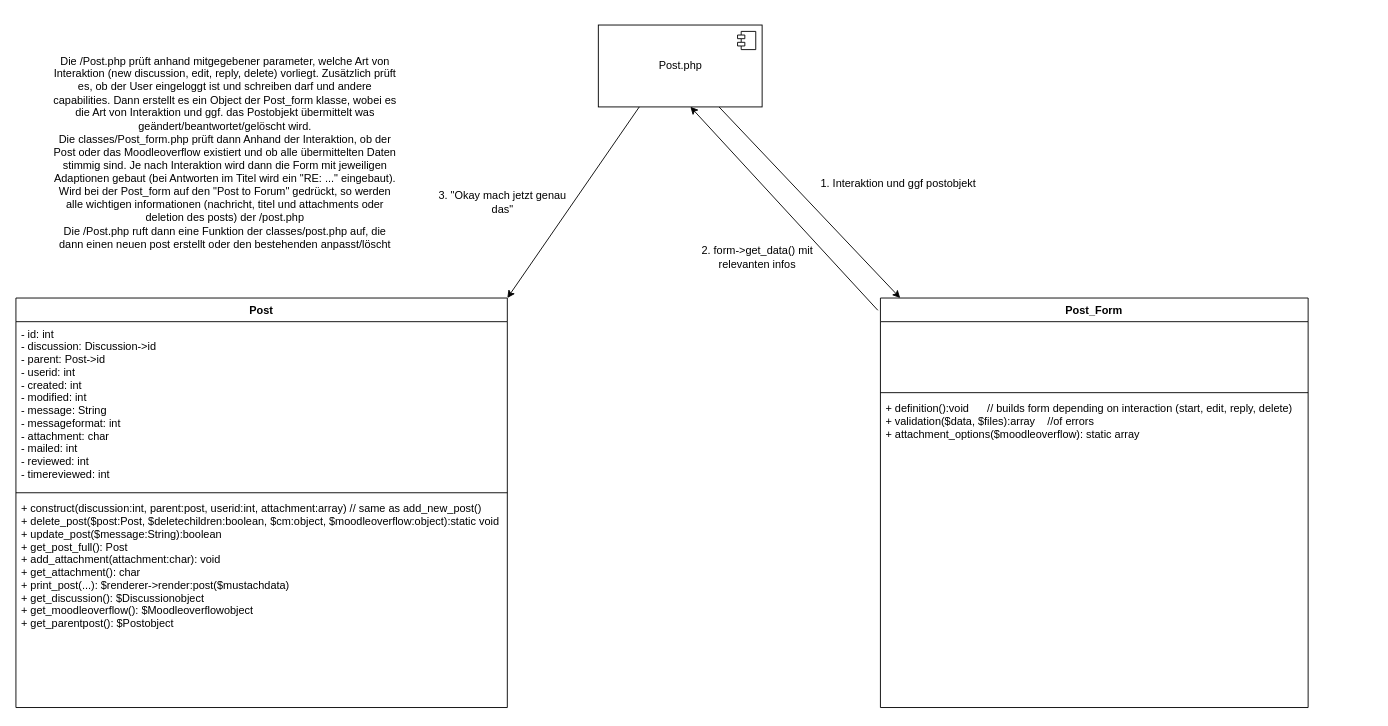
learnweb/moodle-mod_moodleoverflow keeps this draw.io diagram as classes/post.drawio. Above is the earlier version. Source tidied: cells renumbered, new cells numbered last; positions are measured from the earlier drawing's top-left corner, leaving out a move shared by most shapes. Both pictures are drawn from the tidied source at 91%, with x=0, y=0 at pixel (15, 25).
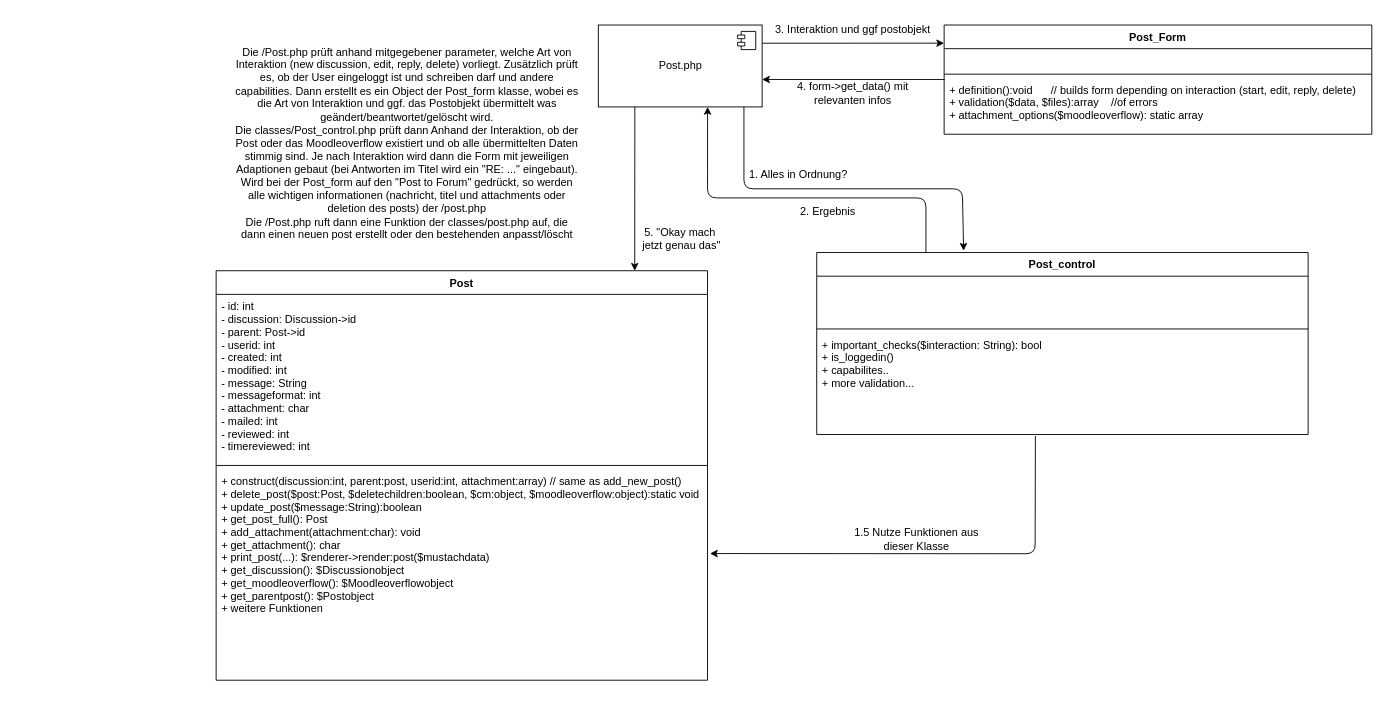
After the change.

Commit message:
WIP: better class diagram

The change refers to these unchanged cells:
```xml
<mxCell id="11" value="Post.php&lt;br&gt;" style="html=1;" parent="1" vertex="1">
  <mxGeometry x="640" width="180" height="90" as="geometry" />
</mxCell>
```

The edit, as a diff of the source:
```diff
@@
     <mxCell id="2" value="Post" style="swimlane;fontStyle=1;align=center;verticalAlign=top;horizontal=1;startSize=26;" parent="1" vertex="1">
-      <mxGeometry y="300" width="540" height="450" as="geometry" />
+      <mxGeometry x="220" y="270" width="540" height="450" as="geometry" />
     </mxCell>
@@
-    <mxCell id="5" value="+ construct(discussion:int, parent:post, userid:int, attachment:array) // same as add_new_post()&#10;+ delete_post($post:Post, $deletechildren:boolean, $cm:object, $moodleoverflow:object):static void&#10;+ update_post($message:String):boolean&#10;+ get_post_full(): Post&#10;+ add_attachment(attachment:char): void&#10;+ get_attachment(): char&#10;+ print_post(...): $renderer-&gt;render:post($mustachdata)&#10;+ get_discussion(): $Discussionobject&#10;+ get_moodleoverflow(): $Moodleoverflowobject&#10;+ get_parentpost(): $Postobject" style="text;strokeColor=none;fillColor=none;align=left;verticalAlign=top;spacingLeft=4;spacingRight=4;overflow=hidden;points=[[0,0.5],[1,0.5]];portConstraint=eastwest;" parent="2" vertex="1">
+    <mxCell id="5" value="+ construct(discussion:int, parent:post, userid:int, attachment:array) // same as add_new_post()&#10;+ delete_post($post:Post, $deletechildren:boolean, $cm:object, $moodleoverflow:object):static void&#10;+ update_post($message:String):boolean&#10;+ get_post_full(): Post&#10;+ add_attachment(attachment:char): void&#10;+ get_attachment(): char&#10;+ print_post(...): $renderer-&gt;render:post($mustachdata)&#10;+ get_discussion(): $Discussionobject&#10;+ get_moodleoverflow(): $Moodleoverflowobject&#10;+ get_parentpost(): $Postobject&#10;+ weitere Funktionen" style="text;strokeColor=none;fillColor=none;align=left;verticalAlign=top;spacingLeft=4;spacingRight=4;overflow=hidden;points=[[0,0.5],[1,0.5]];portConstraint=eastwest;" parent="2" vertex="1">
       <mxGeometry y="218" width="540" height="232" as="geometry" />
     </mxCell>
     <mxCell id="6" value="Post_Form" style="swimlane;fontStyle=1;align=center;verticalAlign=top;horizontal=1;startSize=26;" parent="1" vertex="1">
-      <mxGeometry x="950" y="300" width="470" height="450" as="geometry" />
+      <mxGeometry x="1020" width="470" height="120" as="geometry" />
     </mxCell>
     <mxCell id="7" value=" &#10;" style="text;strokeColor=none;fillColor=none;align=left;verticalAlign=top;spacingLeft=4;spacingRight=4;overflow=hidden;" parent="6" vertex="1">
-      <mxGeometry y="26" width="470" height="74" as="geometry" />
+      <mxGeometry y="26" width="470" height="24" as="geometry" />
     </mxCell>
     <mxCell id="8" style="line;strokeWidth=1;fillColor=none;align=left;verticalAlign=middle;spacingTop=-1;spacingLeft=3;spacingRight=3;labelPosition=right;strokeColor=inherit;" parent="6" vertex="1">
-      <mxGeometry y="100" width="470" height="8" as="geometry" />
+      <mxGeometry y="50" width="470" height="8" as="geometry" />
     </mxCell>
     <mxCell id="9" value="+ definition():void      // builds form depending on interaction (start, edit, reply, delete)&#10;+ validation($data, $files):array    //of errors&#10;+ attachment_options($moodleoverflow): static array" style="text;strokeColor=none;fillColor=none;align=left;verticalAlign=top;spacingLeft=4;spacingRight=4;overflow=hidden;points=[[0,0.5],[1,0.5]];portConstraint=eastwest;" parent="6" vertex="1">
-      <mxGeometry y="108" width="470" height="342" as="geometry" />
+      <mxGeometry y="58" width="470" height="62" as="geometry" />
     </mxCell>
-    <mxCell id="10" style="edgeStyle=none;html=1;" parent="1" edge="1" source="11" target="6">
-      <mxGeometry relative="1" as="geometry" />
+    <mxCell id="10" style="edgeStyle=none;html=1;entryX=0;entryY=0.166;entryDx=0;entryDy=0;entryPerimeter=0;" parent="1" edge="1" target="6">
+      <mxGeometry relative="1" as="geometry">
+        <mxPoint x="820" y="20" as="sourcePoint" />
+      </mxGeometry>
     </mxCell>
@@
-    <mxCell id="13" value="Die /Post.php prüft anhand mitgegebener parameter, welche Art von Interaktion (new discussion, edit, reply, delete) vorliegt. Zusätzlich prüft es, ob der User eingeloggt ist und schreiben darf und andere capabilities. Dann erstellt es ein Object der Post_form klasse, wobei es die Art von Interaktion und ggf. das Postobjekt übermittelt was geändert/beantwortet/gelöscht wird.&lt;br&gt;Die classes/Post_form.php prüft dann Anhand der Interaktion, ob der Post oder das Moodleoverflow existiert und ob alle übermittelten Daten stimmig sind. Je nach Interaktion wird dann die Form mit jeweiligen Adaptionen gebaut (bei Antworten im Titel wird ein &quot;RE: ...&quot; eingebaut).&lt;br&gt;Wird bei der Post_form auf den &quot;Post to Forum&quot; gedrückt, so werden alle wichtigen informationen (nachricht, titel und attachments oder deletion des posts) der /post.php&lt;br&gt;Die /Post.php ruft dann eine Funktion der classes/post.php auf, die dann einen neuen post erstellt oder den bestehenden anpasst/löscht" style="text;html=1;strokeColor=none;fillColor=none;align=center;verticalAlign=middle;whiteSpace=wrap;rounded=0;" parent="1" vertex="1">
-      <mxGeometry x="40" y="30" width="380" height="220" as="geometry" />
+    <mxCell id="13" value="Die /Post.php prüft anhand mitgegebener parameter, welche Art von Interaktion (new discussion, edit, reply, delete) vorliegt. Zusätzlich prüft es, ob der User eingeloggt ist und schreiben darf und andere capabilities. Dann erstellt es ein Object der Post_form klasse, wobei es die Art von Interaktion und ggf. das Postobjekt übermittelt was geändert/beantwortet/gelöscht wird.&lt;br&gt;Die classes/Post_control.php prüft dann Anhand der Interaktion, ob der Post oder das Moodleoverflow existiert und ob alle übermittelten Daten stimmig sind. Je nach Interaktion wird dann die Form mit jeweiligen Adaptionen gebaut (bei Antworten im Titel wird ein &quot;RE: ...&quot; eingebaut).&lt;br&gt;Wird bei der Post_form auf den &quot;Post to Forum&quot; gedrückt, so werden alle wichtigen informationen (nachricht, titel und attachments oder deletion des posts) der /post.php&lt;br&gt;Die /Post.php ruft dann eine Funktion der classes/post.php auf, die dann einen neuen post erstellt oder den bestehenden anpasst/löscht" style="text;html=1;strokeColor=none;fillColor=none;align=center;verticalAlign=middle;whiteSpace=wrap;rounded=0;" parent="1" vertex="1">
+      <mxGeometry x="240" y="20" width="380" height="220" as="geometry" />
     </mxCell>
-    <mxCell id="14" style="endArrow=classic;html=1;exitX=-0.006;exitY=0.03;exitDx=0;exitDy=0;exitPerimeter=0;entryX=0.562;entryY=0.998;entryDx=0;entryDy=0;entryPerimeter=0;" parent="1" edge="1" source="6" target="11">
+    <mxCell id="14" style="endArrow=classic;html=1;exitX=0.001;exitY=0.03;exitDx=0;exitDy=0;exitPerimeter=0;entryX=1;entryY=0.665;entryDx=0;entryDy=0;entryPerimeter=0;" parent="1" edge="1" source="9" target="11">
       <mxGeometry relative="1" as="geometry" />
     </mxCell>
-    <mxCell id="15" style="endArrow=classic;html=1;exitX=0.25;exitY=1;exitDx=0;exitDy=0;entryX=1;entryY=0;entryDx=0;entryDy=0;" parent="1" edge="1" source="11" target="2">
-      <mxGeometry relative="1" as="geometry" />
+    <mxCell id="15" style="endArrow=classic;html=1;exitX=0.223;exitY=0.998;exitDx=0;exitDy=0;exitPerimeter=0;" parent="1" edge="1" source="11">
+      <mxGeometry relative="1" as="geometry">
+        <mxPoint x="680" y="270" as="targetPoint" />
+      </mxGeometry>
     </mxCell>
-    <mxCell id="16" value="1. Interaktion und ggf postobjekt" style="text;html=1;strokeColor=none;fillColor=none;align=center;verticalAlign=middle;whiteSpace=wrap;rounded=0;" parent="1" vertex="1">
-      <mxGeometry x="880" y="160" width="180" height="30" as="geometry" />
+    <mxCell id="16" value="3. Interaktion und ggf postobjekt" style="text;html=1;strokeColor=none;fillColor=none;align=center;verticalAlign=middle;whiteSpace=wrap;rounded=0;" parent="1" vertex="1">
+      <mxGeometry x="830" y="-10" width="180" height="30" as="geometry" />
     </mxCell>
-    <mxCell id="17" value="2. form-&amp;gt;get_data() mit relevanten infos" style="text;html=1;strokeColor=none;fillColor=none;align=center;verticalAlign=middle;whiteSpace=wrap;rounded=0;" parent="1" vertex="1">
-      <mxGeometry x="740" y="240" width="150" height="30" as="geometry" />
+    <mxCell id="17" value="4. form-&amp;gt;get_data() mit relevanten infos" style="text;html=1;strokeColor=none;fillColor=none;align=center;verticalAlign=middle;whiteSpace=wrap;rounded=0;" parent="1" vertex="1">
+      <mxGeometry x="845" y="60" width="150" height="30" as="geometry" />
     </mxCell>
-    <mxCell id="18" value="3. &quot;Okay mach jetzt genau das&quot;" style="text;html=1;strokeColor=none;fillColor=none;align=center;verticalAlign=middle;whiteSpace=wrap;rounded=0;" parent="1" vertex="1">
-      <mxGeometry x="460" y="180" width="150" height="30" as="geometry" />
+    <mxCell id="18" value="5. &quot;Okay mach&lt;br&gt;&amp;nbsp;jetzt genau das&quot;" style="text;html=1;strokeColor=none;fillColor=none;align=center;verticalAlign=middle;whiteSpace=wrap;rounded=0;" parent="1" vertex="1">
+      <mxGeometry x="680" y="220" width="100" height="30" as="geometry" />
     </mxCell>
+    <mxCell id="19" value="Post_control" style="swimlane;fontStyle=1;align=center;verticalAlign=top;horizontal=1;startSize=26;" parent="1" vertex="1">
+      <mxGeometry x="880" y="250" width="540" height="200" as="geometry" />
+    </mxCell>
+    <mxCell id="20" value="  " style="text;strokeColor=none;fillColor=none;align=left;verticalAlign=top;spacingLeft=4;spacingRight=4;overflow=hidden;" parent="19" vertex="1">
+      <mxGeometry y="26" width="540" height="54" as="geometry" />
+    </mxCell>
+    <mxCell id="21" style="line;strokeWidth=1;fillColor=none;align=left;verticalAlign=middle;spacingTop=-1;spacingLeft=3;spacingRight=3;labelPosition=right;strokeColor=inherit;" parent="19" vertex="1">
+      <mxGeometry y="80" width="540" height="8" as="geometry" />
+    </mxCell>
+    <mxCell id="22" value="+ important_checks($interaction: String): bool&#10;+ is_loggedin()&#10;+ capabilites..&#10;+ more validation...&#10;" style="text;strokeColor=none;fillColor=none;align=left;verticalAlign=top;spacingLeft=4;spacingRight=4;overflow=hidden;points=[[0,0.5],[1,0.5]];portConstraint=eastwest;" parent="19" vertex="1">
+      <mxGeometry y="88" width="540" height="112" as="geometry" />
+    </mxCell>
+    <mxCell id="23" style="endArrow=classic;html=1;entryX=0.299;entryY=-0.01;entryDx=0;entryDy=0;entryPerimeter=0;" parent="1" edge="1" target="19">
+      <mxGeometry relative="1" as="geometry">
+        <mxPoint x="800" y="90" as="sourcePoint" />
+        <Array as="points">
+          <mxPoint x="800" y="180" />
+          <mxPoint x="1040" y="180" />
+        </Array>
+      </mxGeometry>
+    </mxCell>
+    <mxCell id="24" value="1. Alles in Ordnung?" style="text;html=1;strokeColor=none;fillColor=none;align=center;verticalAlign=middle;whiteSpace=wrap;rounded=0;" parent="1" vertex="1">
+      <mxGeometry x="780" y="150" width="160" height="30" as="geometry" />
+    </mxCell>
+    <mxCell id="25" style="endArrow=classic;html=1;entryX=0.667;entryY=1;entryDx=0;entryDy=0;entryPerimeter=0;" parent="1" edge="1" target="11">
+      <mxGeometry relative="1" as="geometry">
+        <mxPoint x="1000" y="250" as="sourcePoint" />
+        <Array as="points">
+          <mxPoint x="1000" y="190" />
+          <mxPoint x="760" y="190" />
+        </Array>
+      </mxGeometry>
+    </mxCell>
+    <mxCell id="26" value="2. Ergebnis" style="text;html=1;strokeColor=none;fillColor=none;align=center;verticalAlign=middle;whiteSpace=wrap;rounded=0;" parent="1" vertex="1">
+      <mxGeometry x="835" y="190" width="115" height="30" as="geometry" />
+    </mxCell>
+    <mxCell id="27" style="endArrow=classic;html=1;exitX=0.445;exitY=1.014;exitDx=0;exitDy=0;exitPerimeter=0;entryX=1.005;entryY=0.4;entryDx=0;entryDy=0;entryPerimeter=0;" parent="1" edge="1" source="22" target="5">
+      <mxGeometry relative="1" as="geometry">
+        <Array as="points">
+          <mxPoint x="1120" y="581" />
+        </Array>
+      </mxGeometry>
+    </mxCell>
+    <mxCell id="28" value="1.5 Nutze Funktionen aus dieser Klasse&lt;br&gt;" style="text;html=1;strokeColor=none;fillColor=none;align=center;verticalAlign=middle;whiteSpace=wrap;rounded=0;" parent="1" vertex="1">
+      <mxGeometry x="910" y="550" width="160" height="30" as="geometry" />
+    </mxCell>
```
